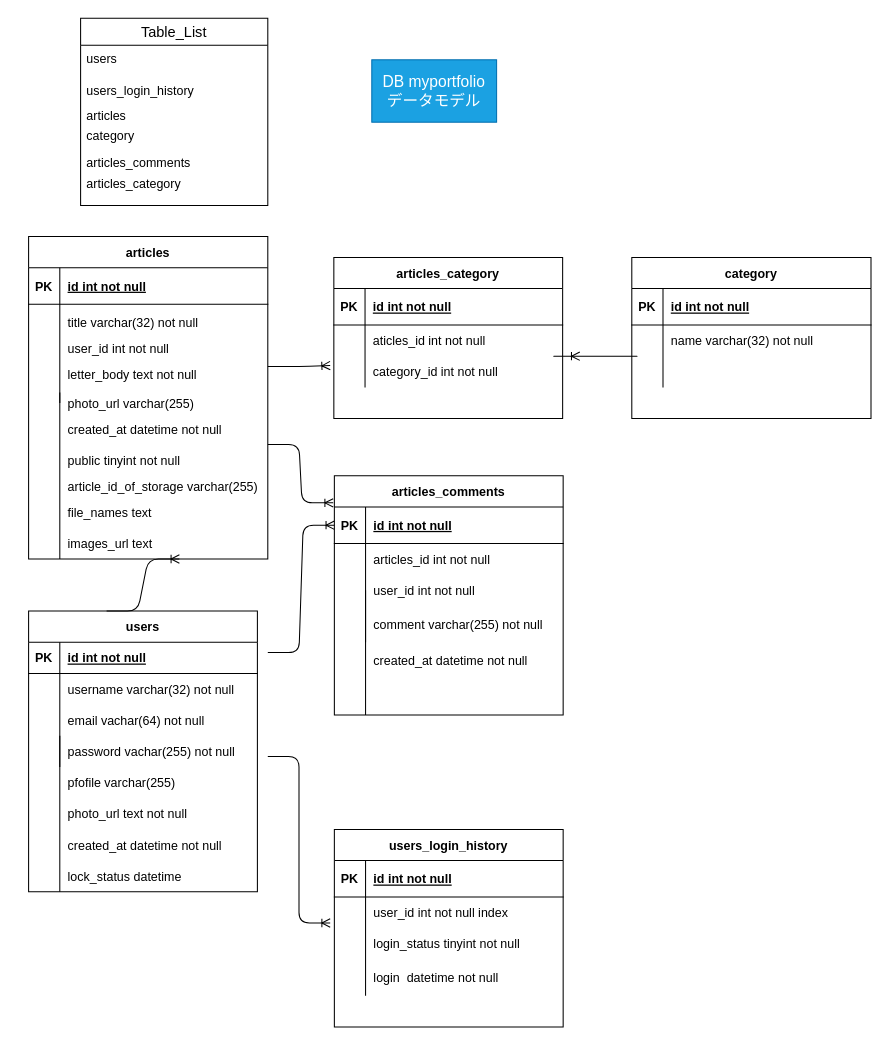
Earlier version of the draw.io diagram db.dio (hirohana/technologypost-backend). Source tidied: cells renumbered, new cells numbered last; positions are measured from the earlier drawing's top-left corner, leaving out a move shared by most shapes. Both pictures are drawn from the tidied source at 104%, with x=0, y=0 at pixel (18, 18).
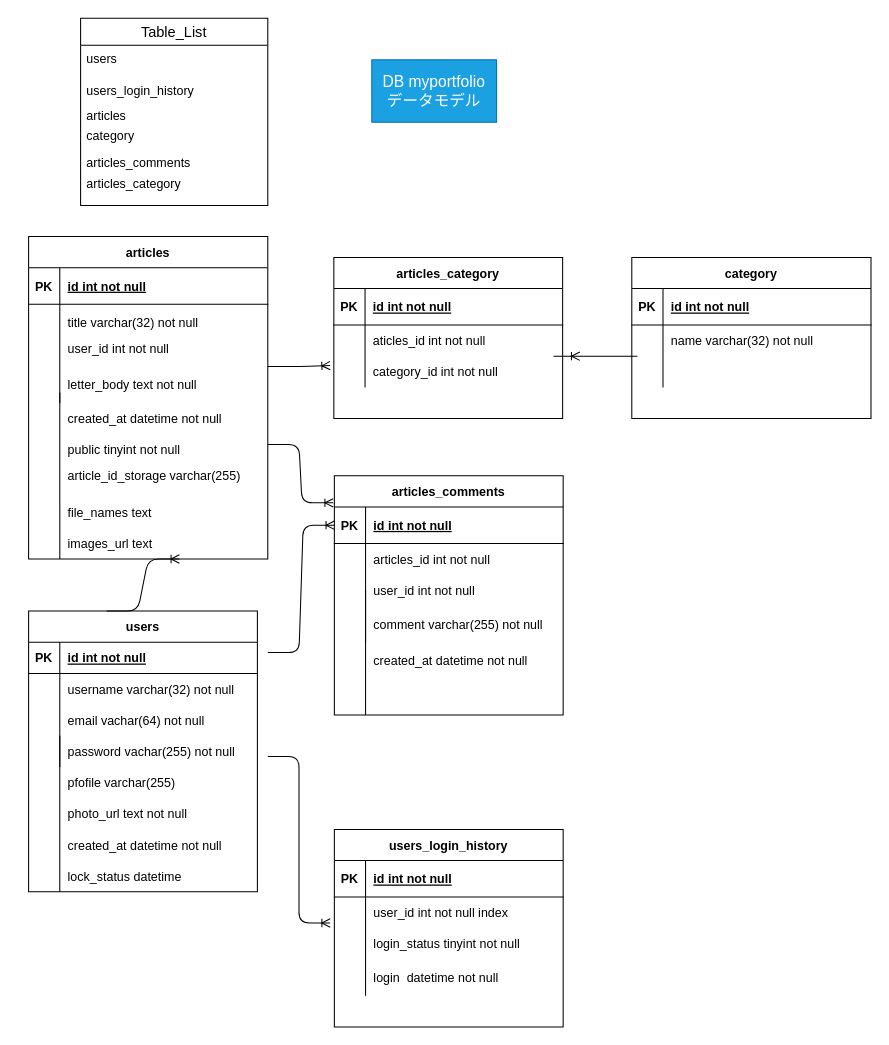
Above is the later version.

The edit, as a diff of the source:
```diff
@@
     <mxCell id="29" style="shape=partialRectangle;fillColor=none;top=0;left=0;bottom=0;right=0;" parent="1" vertex="1">
-      <mxGeometry x="10" y="380" width="190" height="30" as="geometry" />
+      <mxGeometry x="10" y="370" width="190" height="30" as="geometry" />
     </mxCell>
@@
-    <mxCell id="32" style="shape=partialRectangle;fillColor=none;top=0;left=0;bottom=0;right=0;" parent="1" vertex="1">
-      <mxGeometry x="10" y="355" width="180" height="30" as="geometry" />
-    </mxCell>
-    <mxCell id="33" style="shape=partialRectangle;fillColor=none;top=0;left=0;bottom=0;right=0;overflow=hidden;" parent="32" vertex="1">
-      <mxGeometry width="30" height="30" as="geometry" />
-    </mxCell>
-    <mxCell id="34" value="photo_url varchar(255)" style="shape=partialRectangle;fillColor=none;top=0;left=0;bottom=0;right=0;align=left;spacingLeft=6;overflow=hidden;" parent="32" vertex="1">
-      <mxGeometry x="30" width="150" height="30" as="geometry" />
-    </mxCell>
@@
     <mxCell id="62" value="letter_body text not null" style="shape=partialRectangle;fillColor=none;top=0;left=0;bottom=0;right=0;align=left;spacingLeft=6;overflow=hidden;" parent="1" vertex="1">
-      <mxGeometry x="40" y="325" width="190" height="35" as="geometry" />
+      <mxGeometry x="40" y="335" width="190" height="35" as="geometry" />
     </mxCell>
@@
     <mxCell id="105" style="shape=partialRectangle;fillColor=none;top=0;left=0;bottom=0;right=0;" parent="1" vertex="1">
-      <mxGeometry x="10" y="410" width="190" height="30" as="geometry" />
+      <mxGeometry x="10" y="400" width="190" height="30" as="geometry" />
     </mxCell>
@@
-    <mxCell id="114" value="article_id_of_storage varchar(255)" style="shape=partialRectangle;fillColor=none;top=0;left=0;bottom=0;right=0;align=left;spacingLeft=6;overflow=hidden;" parent="1" vertex="1">
-      <mxGeometry x="40" y="420" width="195.4" height="60" as="geometry" />
+    <mxCell id="114" value="article_id_storage varchar(255)" style="shape=partialRectangle;fillColor=none;top=0;left=0;bottom=0;right=0;align=left;spacingLeft=6;overflow=hidden;" parent="1" vertex="1">
+      <mxGeometry x="40" y="410" width="195.4" height="60" as="geometry" />
     </mxCell>
```
